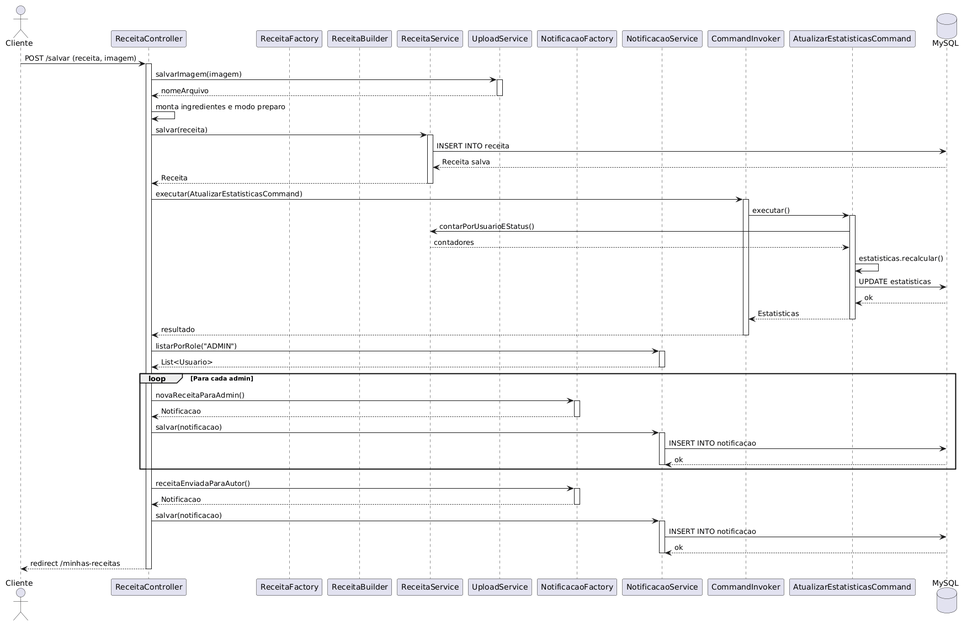
Earlier version of the PlantUML export Diagramas/Diagramas de Sequência/Receita/Diagrama de Sequencia - Criar Receita.png (MatheusAbib/Jornal-de-Receitas). Source of this version:
```plantuml
@startuml
actor "Cliente" as user
participant "ReceitaController" as controller
participant "ReceitaFactory" as recFactory
participant "ReceitaBuilder" as builder
participant "ReceitaService" as recService
participant "UploadService" as upload
participant "NotificacaoFactory" as notifFactory
participant "NotificacaoService" as notifService
participant "CommandInvoker" as invoker
participant "AtualizarEstatisticasCommand" as cmdEst
database "MySQL" as db

user -> controller : POST /salvar (receita, imagem)
activate controller

controller -> upload : salvarImagem(imagem)
activate upload
upload --> controller : nomeArquivo
deactivate upload

controller -> controller : monta ingredientes e modo preparo

controller -> recService : salvar(receita)
activate recService
recService -> db : INSERT INTO receita
db --> recService : Receita salva
recService --> controller : Receita
deactivate recService

controller -> invoker : executar(AtualizarEstatisticasCommand)
activate invoker
invoker -> cmdEst : executar()
activate cmdEst
cmdEst -> recService : contarPorUsuarioEStatus()
recService --> cmdEst : contadores
cmdEst -> cmdEst : estatisticas.recalcular()
cmdEst -> db : UPDATE estatisticas
db --> cmdEst : ok
cmdEst --> invoker : Estatisticas
deactivate cmdEst
invoker --> controller : resultado
deactivate invoker

controller -> notifService : listarPorRole("ADMIN")
activate notifService
notifService --> controller : List<Usuario>
deactivate notifService

loop Para cada admin
    controller -> notifFactory : novaReceitaParaAdmin()
    activate notifFactory
    notifFactory --> controller : Notificacao
    deactivate notifFactory
    controller -> notifService : salvar(notificacao)
    activate notifService
    notifService -> db : INSERT INTO notificacao
    db --> notifService : ok
    deactivate notifService
end

controller -> notifFactory : receitaEnviadaParaAutor()
activate notifFactory
notifFactory --> controller : Notificacao
deactivate notifFactory

controller -> notifService : salvar(notificacao)
activate notifService
notifService -> db : INSERT INTO notificacao
db --> notifService : ok
deactivate notifService

controller --> user : redirect /minhas-receitas
deactivate controller
@enduml
```
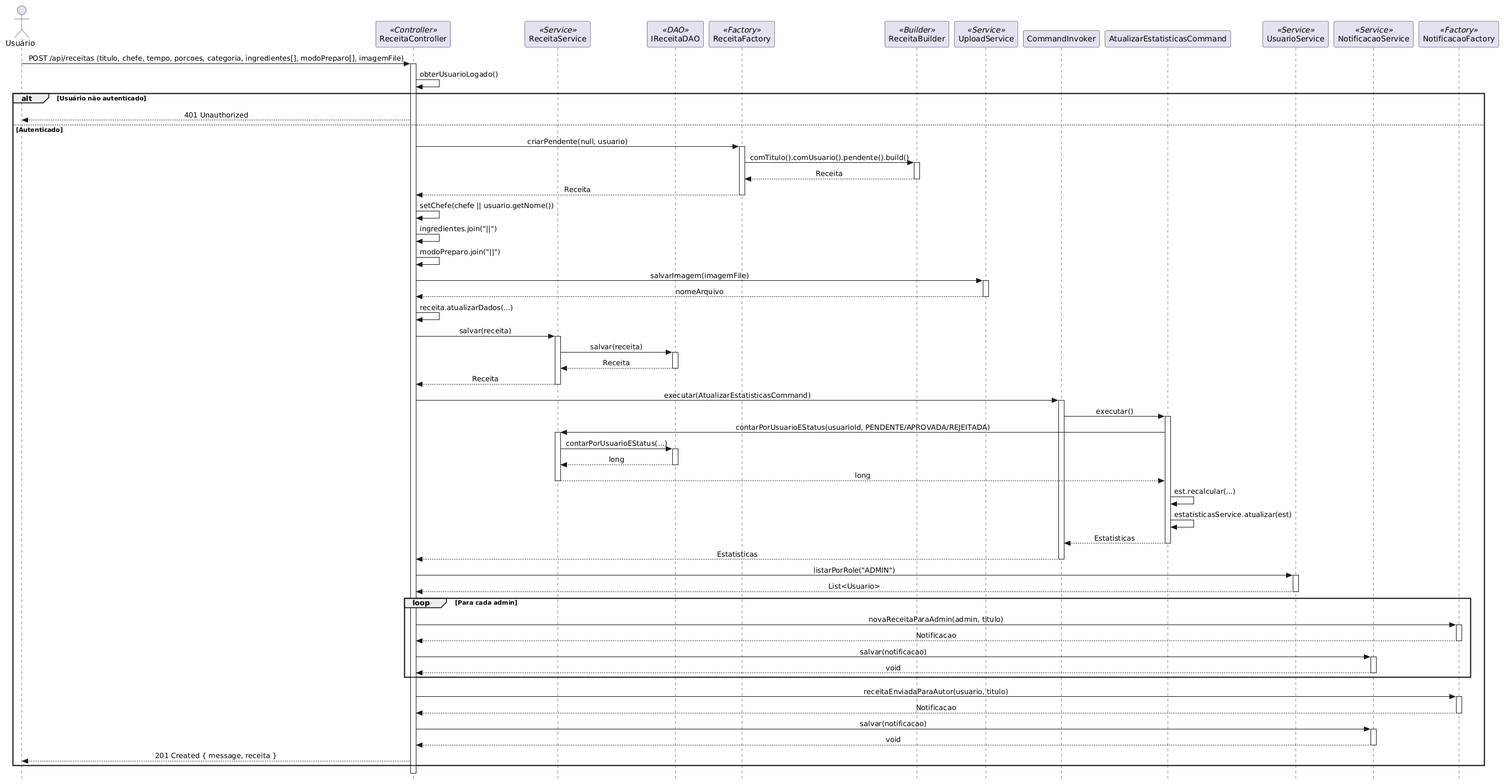
The same diagram one commit later.

The edit, as a diff of the source:
```diff
@@ -1,75 +1,92 @@
 @startuml
-actor "Cliente" as user
-participant "ReceitaController" as controller
-participant "ReceitaFactory" as recFactory
-participant "ReceitaBuilder" as builder
-participant "ReceitaService" as recService
-participant "UploadService" as upload
-participant "NotificacaoFactory" as notifFactory
-participant "NotificacaoService" as notifService
+skinparam style strictuml
+skinparam sequenceMessageAlign center
+skinparam shadowing false
+
+actor "Usuário" as user
+participant "ReceitaController" as ctrl <<Controller>>
+participant "ReceitaService" as svc <<Service>>
+participant "IReceitaDAO" as dao <<DAO>>
+participant "ReceitaFactory" as factory <<Factory>>
+participant "ReceitaBuilder" as builder <<Builder>>
+participant "UploadService" as upload <<Service>>
 participant "CommandInvoker" as invoker
 participant "AtualizarEstatisticasCommand" as cmdEst
-database "MySQL" as db
+participant "UsuarioService" as userSvc <<Service>>
+participant "NotificacaoService" as notifSvc <<Service>>
+participant "NotificacaoFactory" as notifFactory <<Factory>>
 
-user -> controller : POST /salvar (receita, imagem)
-activate controller
-
-controller -> upload : salvarImagem(imagem)
-activate upload
-upload --> controller : nomeArquivo
-deactivate upload
-
-controller -> controller : monta ingredientes e modo preparo
-
-controller -> recService : salvar(receita)
-activate recService
-recService -> db : INSERT INTO receita
-db --> recService : Receita salva
-recService --> controller : Receita
-deactivate recService
-
-controller -> invoker : executar(AtualizarEstatisticasCommand)
-activate invoker
-invoker -> cmdEst : executar()
-activate cmdEst
-cmdEst -> recService : contarPorUsuarioEStatus()
-recService --> cmdEst : contadores
-cmdEst -> cmdEst : estatisticas.recalcular()
-cmdEst -> db : UPDATE estatisticas
-db --> cmdEst : ok
-cmdEst --> invoker : Estatisticas
-deactivate cmdEst
-invoker --> controller : resultado
-deactivate invoker
-
-controller -> notifService : listarPorRole("ADMIN")
-activate notifService
-notifService --> controller : List<Usuario>
-deactivate notifService
-
-loop Para cada admin
-    controller -> notifFactory : novaReceitaParaAdmin()
+user -> ctrl: POST /api/receitas (titulo, chefe, tempo, porcoes, categoria, ingredientes[], modoPreparo[], imagemFile)
+activate ctrl
+ctrl -> ctrl: obterUsuarioLogado()
+alt Usuário não autenticado
+    ctrl --> user: 401 Unauthorized
+else Autenticado
+    ctrl -> factory: criarPendente(null, usuario)
+    activate factory
+    factory -> builder: comTitulo().comUsuario().pendente().build()
+    activate builder
+    builder --> factory: Receita
+    deactivate builder
+    factory --> ctrl: Receita
+    deactivate factory
+    ctrl -> ctrl: setChefe(chefe || usuario.getNome())
+    ctrl -> ctrl: ingredientes.join("||")
+    ctrl -> ctrl: modoPreparo.join("||")
+    ctrl -> upload: salvarImagem(imagemFile)
+    activate upload
+    upload --> ctrl: nomeArquivo
+    deactivate upload
+    ctrl -> ctrl: receita.atualizarDados(...)
+    ctrl -> svc: salvar(receita)
+    activate svc
+    svc -> dao: salvar(receita)
+    activate dao
+    dao --> svc: Receita
+    deactivate dao
+    svc --> ctrl: Receita
+    deactivate svc
+    ctrl -> invoker: executar(AtualizarEstatisticasCommand)
+    activate invoker
+    invoker -> cmdEst: executar()
+    activate cmdEst
+    cmdEst -> svc: contarPorUsuarioEStatus(usuarioId, PENDENTE/APROVADA/REJEITADA)
+    activate svc
+    svc -> dao: contarPorUsuarioEStatus(...)
+    activate dao
+    dao --> svc: long
+    deactivate dao
+    svc --> cmdEst: long
+    deactivate svc
+    cmdEst -> cmdEst: est.recalcular(...)
+    cmdEst -> cmdEst: estatisticasService.atualizar(est)
+    cmdEst --> invoker: Estatisticas
+    deactivate cmdEst
+    invoker --> ctrl: Estatisticas
+    deactivate invoker
+    ctrl -> userSvc: listarPorRole("ADMIN")
+    activate userSvc
+    userSvc --> ctrl: List<Usuario>
+    deactivate userSvc
+    loop Para cada admin
+        ctrl -> notifFactory: novaReceitaParaAdmin(admin, titulo)
+        activate notifFactory
+        notifFactory --> ctrl: Notificacao
+        deactivate notifFactory
+        ctrl -> notifSvc: salvar(notificacao)
+        activate notifSvc
+        notifSvc --> ctrl: void
+        deactivate notifSvc
+    end
+    ctrl -> notifFactory: receitaEnviadaParaAutor(usuario, titulo)
     activate notifFactory
-    notifFactory --> controller : Notificacao
+    notifFactory --> ctrl: Notificacao
     deactivate notifFactory
-    controller -> notifService : salvar(notificacao)
-    activate notifService
-    notifService -> db : INSERT INTO notificacao
-    db --> notifService : ok
-    deactivate notifService
+    ctrl -> notifSvc: salvar(notificacao)
+    activate notifSvc
+    notifSvc --> ctrl: void
+    deactivate notifSvc
+    ctrl --> user: 201 Created { message, receita }
 end
-
-controller -> notifFactory : receitaEnviadaParaAutor()
-activate notifFactory
-notifFactory --> controller : Notificacao
-deactivate notifFactory
-
-controller -> notifService : salvar(notificacao)
-activate notifService
-notifService -> db : INSERT INTO notificacao
-db --> notifService : ok
-deactivate notifService
-
-controller --> user : redirect /minhas-receitas
-deactivate controller
+deactivate ctrl
 @enduml
```
